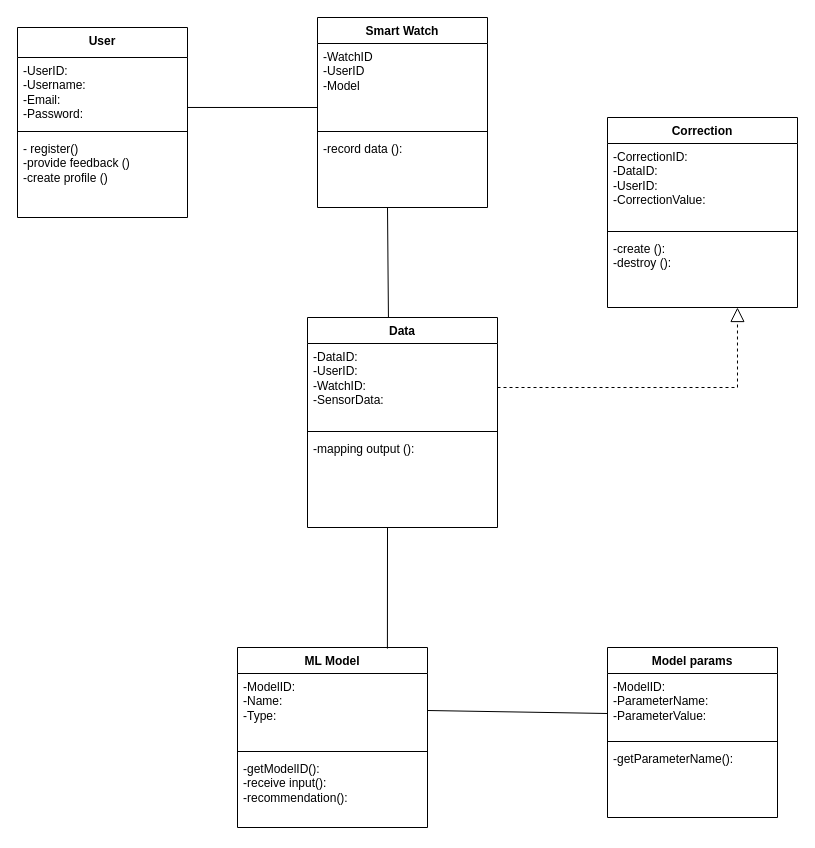
Earlier version of the draw.io diagram Untitled Diagram.drawio (godfreymayila/machine-learning-task). Source tidied: cells renumbered, new cells numbered last; positions are measured from the earlier drawing's top-left corner, leaving out a move shared by most shapes. Both pictures are drawn from the tidied source at 100%, with x=0, y=0 at pixel (17, 17).
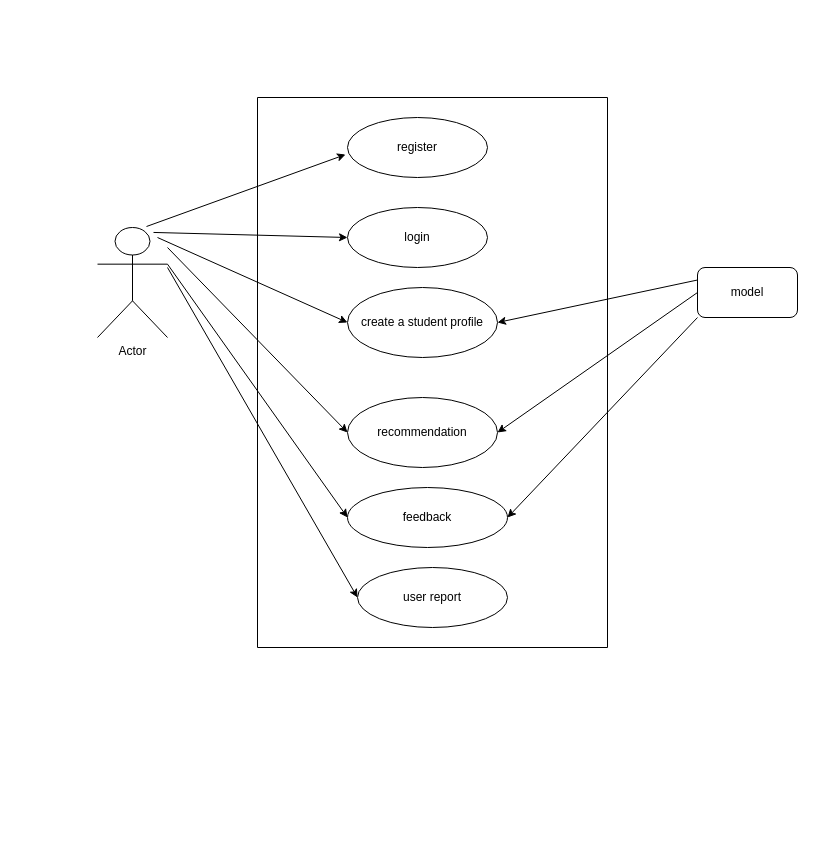
Above is the later version.

The edit, as a diff of the source:
```diff
@@
-    <mxCell id="2" value="User" style="swimlane;fontStyle=1;align=center;verticalAlign=top;horizontal=1;startSize=30;whiteSpace=wrap;html=1;" parent="1" vertex="1">
-      <mxGeometry y="10" width="170" height="190" as="geometry" />
-    </mxCell>
-    <mxCell id="3" value="&lt;div&gt;-UserID:&lt;/div&gt;&lt;div&gt;-Username:&lt;/div&gt;&lt;div&gt;-Email:&lt;/div&gt;&lt;div&gt;-Password:&lt;br&gt;&lt;/div&gt;" style="text;strokeColor=none;fillColor=none;align=left;verticalAlign=top;spacingLeft=4;spacingRight=4;overflow=hidden;points=[[0,0.5],[1,0.5]];portConstraint=eastwest;whiteSpace=wrap;html=1;" parent="2" vertex="1">
-      <mxGeometry y="30" width="170" height="70" as="geometry" />
-    </mxCell>
-    <mxCell id="4" style="line;strokeWidth=1;fillColor=none;align=left;verticalAlign=middle;spacingTop=-1;spacingLeft=3;spacingRight=3;labelPosition=right;strokeColor=inherit;" parent="2" vertex="1">
-      <mxGeometry y="100" width="170" height="8" as="geometry" />
-    </mxCell>
-    <mxCell id="5" value="- register()&lt;br&gt;-provide feedback ()&lt;br&gt;-create profile ()" style="text;strokeColor=none;fillColor=none;align=left;verticalAlign=top;spacingLeft=4;spacingRight=4;overflow=hidden;whiteSpace=wrap;html=1;" parent="2" vertex="1">
-      <mxGeometry y="108" width="170" height="82" as="geometry" />
-    </mxCell>
-    <mxCell id="6" value="Model params" style="swimlane;fontStyle=1;align=center;verticalAlign=top;horizontal=1;startSize=26;whiteSpace=wrap;html=1;" parent="1" vertex="1">
-      <mxGeometry x="590" y="630" width="170" height="170" as="geometry" />
-    </mxCell>
-    <mxCell id="7" value="&lt;div&gt;-ModelID:&lt;/div&gt;&lt;div&gt;-ParameterName:&lt;/div&gt;&lt;div&gt;-ParameterValue:&lt;br&gt;&lt;/div&gt;" style="text;strokeColor=none;fillColor=none;align=left;verticalAlign=top;spacingLeft=4;spacingRight=4;overflow=hidden;points=[[0,0.5],[1,0.5]];portConstraint=eastwest;whiteSpace=wrap;html=1;" parent="6" vertex="1">
-      <mxGeometry y="26" width="170" height="64" as="geometry" />
-    </mxCell>
-    <mxCell id="8" style="line;strokeWidth=1;fillColor=none;align=left;verticalAlign=middle;spacingTop=-1;spacingLeft=3;spacingRight=3;labelPosition=right;strokeColor=inherit;" parent="6" vertex="1">
-      <mxGeometry y="90" width="170" height="8" as="geometry" />
-    </mxCell>
-    <mxCell id="9" value="&lt;div&gt;-getParameterName():&lt;/div&gt;&lt;div&gt;&lt;br&gt;&lt;/div&gt;" style="text;strokeColor=none;fillColor=none;align=left;verticalAlign=top;spacingLeft=4;spacingRight=4;overflow=hidden;whiteSpace=wrap;html=1;" parent="6" vertex="1">
-      <mxGeometry y="98" width="170" height="72" as="geometry" />
-    </mxCell>
-    <mxCell id="10" value="Smart Watch" style="swimlane;fontStyle=1;align=center;verticalAlign=top;horizontal=1;startSize=26;whiteSpace=wrap;html=1;" parent="1" vertex="1">
-      <mxGeometry x="300" width="170" height="190" as="geometry" />
-    </mxCell>
-    <mxCell id="11" value="&lt;div&gt;-WatchID&lt;/div&gt;&lt;div&gt;-UserID&lt;/div&gt;&lt;div&gt;-Model&lt;br&gt;&lt;/div&gt;" style="text;strokeColor=none;fillColor=none;align=left;verticalAlign=top;spacingLeft=4;spacingRight=4;overflow=hidden;whiteSpace=wrap;html=1;" parent="10" vertex="1">
-      <mxGeometry y="26" width="170" height="84" as="geometry" />
-    </mxCell>
-    <mxCell id="12" style="line;strokeWidth=1;fillColor=none;align=left;verticalAlign=middle;spacingTop=-1;spacingLeft=3;spacingRight=3;labelPosition=right;strokeColor=inherit;" parent="10" vertex="1">
-      <mxGeometry y="110" width="170" height="8" as="geometry" />
-    </mxCell>
-    <mxCell id="13" value="&lt;div&gt;-record data ():&lt;/div&gt;&lt;div&gt;&lt;br&gt;&lt;/div&gt;" style="text;strokeColor=none;fillColor=none;align=left;verticalAlign=top;spacingLeft=4;spacingRight=4;overflow=hidden;whiteSpace=wrap;html=1;" parent="10" vertex="1">
-      <mxGeometry y="118" width="170" height="72" as="geometry" />
-    </mxCell>
-    <mxCell id="14" value="Correction" style="swimlane;fontStyle=1;align=center;verticalAlign=top;horizontal=1;startSize=26;whiteSpace=wrap;html=1;" parent="1" vertex="1">
-      <mxGeometry x="590" y="100" width="190" height="190" as="geometry" />
-    </mxCell>
-    <mxCell id="15" value="&lt;div&gt;-CorrectionID:&lt;/div&gt;&lt;div&gt;-DataID:&lt;/div&gt;&lt;div&gt;-UserID:&lt;/div&gt;&lt;div&gt;-CorrectionValue:&lt;br&gt;&lt;/div&gt;" style="text;strokeColor=none;fillColor=none;align=left;verticalAlign=top;spacingLeft=4;spacingRight=4;overflow=hidden;whiteSpace=wrap;html=1;" parent="14" vertex="1">
-      <mxGeometry y="26" width="190" height="84" as="geometry" />
-    </mxCell>
-    <mxCell id="16" style="line;strokeWidth=1;fillColor=none;align=left;verticalAlign=middle;spacingTop=-1;spacingLeft=3;spacingRight=3;labelPosition=right;strokeColor=inherit;" parent="14" vertex="1">
-      <mxGeometry y="110" width="190" height="8" as="geometry" />
-    </mxCell>
-    <mxCell id="17" value="-create ():&lt;br&gt;-destroy ():" style="text;strokeColor=none;fillColor=none;align=left;verticalAlign=top;spacingLeft=4;spacingRight=4;overflow=hidden;points=[[0,0.5],[1,0.5]];portConstraint=eastwest;whiteSpace=wrap;html=1;" parent="14" vertex="1">
-      <mxGeometry y="118" width="190" height="72" as="geometry" />
-    </mxCell>
-    <mxCell id="18" value="ML Model" style="swimlane;fontStyle=1;align=center;verticalAlign=top;horizontal=1;startSize=26;whiteSpace=wrap;html=1;" parent="1" vertex="1">
-      <mxGeometry x="220" y="630" width="190" height="180" as="geometry" />
-    </mxCell>
-    <mxCell id="19" value="&lt;div&gt;-ModelID:&lt;/div&gt;&lt;div&gt;-Name:&lt;/div&gt;&lt;div&gt;-Type:&lt;br&gt;&lt;/div&gt;" style="text;strokeColor=none;fillColor=none;align=left;verticalAlign=top;spacingLeft=4;spacingRight=4;overflow=hidden;points=[[0,0.5],[1,0.5]];portConstraint=eastwest;whiteSpace=wrap;html=1;" parent="18" vertex="1">
-      <mxGeometry y="26" width="190" height="74" as="geometry" />
-    </mxCell>
-    <mxCell id="20" style="line;strokeWidth=1;fillColor=none;align=left;verticalAlign=middle;spacingTop=-1;spacingLeft=3;spacingRight=3;labelPosition=right;strokeColor=inherit;" parent="18" vertex="1">
-      <mxGeometry y="100" width="190" height="8" as="geometry" />
-    </mxCell>
-    <mxCell id="21" value="&lt;div&gt;-getModelID():&lt;/div&gt;&lt;div&gt;-receive input():&lt;/div&gt;&lt;div&gt;-recommendation():&lt;br&gt;&lt;/div&gt;&lt;div&gt;&lt;br&gt;&lt;/div&gt;" style="text;strokeColor=none;fillColor=none;align=left;verticalAlign=top;spacingLeft=4;spacingRight=4;overflow=hidden;whiteSpace=wrap;html=1;" parent="18" vertex="1">
-      <mxGeometry y="108" width="190" height="72" as="geometry" />
-    </mxCell>
-    <mxCell id="22" value="Data" style="swimlane;fontStyle=1;align=center;verticalAlign=top;horizontal=1;startSize=26;whiteSpace=wrap;html=1;" parent="1" vertex="1">
-      <mxGeometry x="290" y="300" width="190" height="210" as="geometry" />
-    </mxCell>
-    <mxCell id="23" value="&lt;div&gt;-DataID:&lt;/div&gt;&lt;div&gt;-UserID:&lt;/div&gt;&lt;div&gt;-WatchID:&lt;/div&gt;&lt;div&gt;-SensorData:&lt;br&gt;&lt;/div&gt;" style="text;strokeColor=none;fillColor=none;align=left;verticalAlign=top;spacingLeft=4;spacingRight=4;overflow=hidden;whiteSpace=wrap;html=1;" parent="22" vertex="1">
-      <mxGeometry y="26" width="190" height="84" as="geometry" />
-    </mxCell>
-    <mxCell id="24" style="line;strokeWidth=1;fillColor=none;align=left;verticalAlign=middle;spacingTop=-1;spacingLeft=3;spacingRight=3;labelPosition=right;strokeColor=inherit;" parent="22" vertex="1">
-      <mxGeometry y="110" width="190" height="8" as="geometry" />
-    </mxCell>
-    <mxCell id="25" value="-mapping output ():" style="text;strokeColor=none;fillColor=none;align=left;verticalAlign=top;spacingLeft=4;spacingRight=4;overflow=hidden;whiteSpace=wrap;html=1;" parent="22" vertex="1">
-      <mxGeometry y="118" width="190" height="92" as="geometry" />
-    </mxCell>
-    <mxCell id="26" style="endArrow=none;html=1;rounded=0;exitX=1;exitY=0.714;exitDx=0;exitDy=0;exitPerimeter=0;" parent="1" edge="1" source="3">
-      <mxGeometry relative="1" as="geometry">
-        <mxPoint x="300" y="90" as="targetPoint" />
-      </mxGeometry>
-    </mxCell>
-    <mxCell id="27" style="endArrow=none;html=1;rounded=0;exitX=0.426;exitY=0;exitDx=0;exitDy=0;exitPerimeter=0;" parent="1" edge="1" source="22">
-      <mxGeometry relative="1" as="geometry">
-        <mxPoint x="370" y="190" as="targetPoint" />
-      </mxGeometry>
-    </mxCell>
-    <mxCell id="28" style="endArrow=block;dashed=1;endFill=0;endSize=12;html=1;rounded=0;entryX=0.684;entryY=1;entryDx=0;entryDy=0;entryPerimeter=0;" parent="1" edge="1" target="17">
-      <mxGeometry relative="1" as="geometry">
-        <mxPoint x="480" y="370" as="sourcePoint" />
-        <Array as="points">
-          <mxPoint x="720" y="370" />
-        </Array>
-      </mxGeometry>
-    </mxCell>
-    <mxCell id="29" style="endArrow=none;html=1;rounded=0;exitX=0.789;exitY=0.006;exitDx=0;exitDy=0;exitPerimeter=0;" parent="1" edge="1" source="18">
-      <mxGeometry relative="1" as="geometry">
-        <mxPoint x="370" y="510" as="targetPoint" />
-      </mxGeometry>
-    </mxCell>
-    <mxCell id="30" style="endArrow=none;html=1;rounded=0;exitX=1;exitY=0.5;exitDx=0;exitDy=0;entryX=0;entryY=0.625;entryDx=0;entryDy=0;entryPerimeter=0;" parent="1" edge="1" source="19" target="7">
-      <mxGeometry relative="1" as="geometry" />
-    </mxCell>
+    <mxCell id="31" style="swimlane;startSize=0;" parent="1" vertex="1">
+      <mxGeometry x="240" y="80" width="350" height="550" as="geometry" />
+    </mxCell>
+    <mxCell id="32" value="register" style="ellipse;whiteSpace=wrap;html=1;" parent="31" vertex="1">
+      <mxGeometry x="90" y="20" width="140" height="60" as="geometry" />
+    </mxCell>
+    <mxCell id="33" value="login" style="ellipse;whiteSpace=wrap;html=1;" parent="31" vertex="1">
+      <mxGeometry x="90" y="110" width="140" height="60" as="geometry" />
+    </mxCell>
+    <mxCell id="34" value="create a student profile" style="ellipse;whiteSpace=wrap;html=1;" parent="31" vertex="1">
+      <mxGeometry x="90" y="190" width="150" height="70" as="geometry" />
+    </mxCell>
+    <mxCell id="35" value="recommendation" style="ellipse;whiteSpace=wrap;html=1;" parent="31" vertex="1">
+      <mxGeometry x="90" y="300" width="150" height="70" as="geometry" />
+    </mxCell>
+    <mxCell id="36" value="feedback" style="ellipse;whiteSpace=wrap;html=1;" parent="31" vertex="1">
+      <mxGeometry x="90" y="390" width="160" height="60" as="geometry" />
+    </mxCell>
+    <mxCell id="37" value="user report" style="ellipse;whiteSpace=wrap;html=1;" parent="31" vertex="1">
+      <mxGeometry x="100" y="470" width="150" height="60" as="geometry" />
+    </mxCell>
+    <mxCell id="38" value="Actor" style="shape=umlActor;verticalLabelPosition=bottom;verticalAlign=top;html=1;outlineConnect=0;" parent="1" vertex="1">
+      <mxGeometry x="80" y="210" width="70" height="110" as="geometry" />
+    </mxCell>
+    <mxCell id="39" value="model" style="rounded=1;whiteSpace=wrap;html=1;" parent="1" vertex="1">
+      <mxGeometry x="680" y="250" width="100" height="50" as="geometry" />
+    </mxCell>
+    <mxCell id="40" style="endArrow=classic;html=1;rounded=0;entryX=-0.014;entryY=0.617;entryDx=0;entryDy=0;entryPerimeter=0;exitX=0.7;exitY=-0.009;exitDx=0;exitDy=0;exitPerimeter=0;" parent="1" edge="1" source="38" target="32">
+      <mxGeometry relative="1" as="geometry" />
+    </mxCell>
+    <mxCell id="41" style="endArrow=classic;html=1;rounded=0;entryX=0;entryY=0.5;entryDx=0;entryDy=0;exitX=0.8;exitY=0.045;exitDx=0;exitDy=0;exitPerimeter=0;" parent="1" edge="1" source="38" target="33">
+      <mxGeometry relative="1" as="geometry" />
+    </mxCell>
+    <mxCell id="42" style="endArrow=classic;html=1;rounded=0;entryX=0;entryY=0.5;entryDx=0;entryDy=0;" parent="1" edge="1" target="34">
+      <mxGeometry relative="1" as="geometry">
+        <mxPoint x="140" y="220" as="sourcePoint" />
+      </mxGeometry>
+    </mxCell>
+    <mxCell id="43" style="endArrow=classic;html=1;rounded=0;entryX=0;entryY=0.5;entryDx=0;entryDy=0;" parent="1" edge="1" target="35">
+      <mxGeometry relative="1" as="geometry">
+        <mxPoint x="150" y="230" as="sourcePoint" />
+      </mxGeometry>
+    </mxCell>
+    <mxCell id="44" style="endArrow=classic;html=1;rounded=0;entryX=0;entryY=0.5;entryDx=0;entryDy=0;exitX=1;exitY=0.3333333333333333;exitDx=0;exitDy=0;exitPerimeter=0;" parent="1" edge="1" source="38" target="36">
+      <mxGeometry relative="1" as="geometry" />
+    </mxCell>
+    <mxCell id="45" style="endArrow=classic;html=1;rounded=0;entryX=0;entryY=0.5;entryDx=0;entryDy=0;" parent="1" edge="1" target="37">
+      <mxGeometry relative="1" as="geometry">
+        <mxPoint x="150" y="250" as="sourcePoint" />
+      </mxGeometry>
+    </mxCell>
+    <mxCell id="46" style="endArrow=classic;html=1;rounded=0;entryX=1;entryY=0.5;entryDx=0;entryDy=0;exitX=0;exitY=0.25;exitDx=0;exitDy=0;" parent="1" edge="1" source="39" target="34">
+      <mxGeometry relative="1" as="geometry" />
+    </mxCell>
+    <mxCell id="47" style="endArrow=classic;html=1;rounded=0;entryX=1;entryY=0.5;entryDx=0;entryDy=0;exitX=0;exitY=0.5;exitDx=0;exitDy=0;" parent="1" edge="1" source="39" target="35">
+      <mxGeometry relative="1" as="geometry" />
+    </mxCell>
+    <mxCell id="48" style="endArrow=classic;html=1;rounded=0;entryX=1;entryY=0.5;entryDx=0;entryDy=0;exitX=0;exitY=1;exitDx=0;exitDy=0;" parent="1" edge="1" source="39" target="36">
+      <mxGeometry relative="1" as="geometry" />
+    </mxCell>
```
